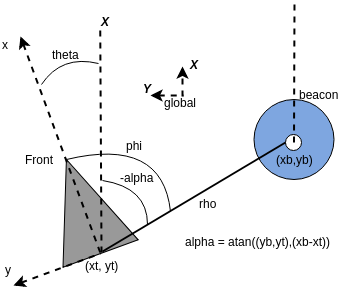
Earlier version of the draw.io export assignment_2/docs/turtle.png (rbccps-iisc/cp313). Source tidied: cells renumbered, new cells last; positions are measured from the earlier drawing's top-left corner, leaving out a move shared by most shapes.
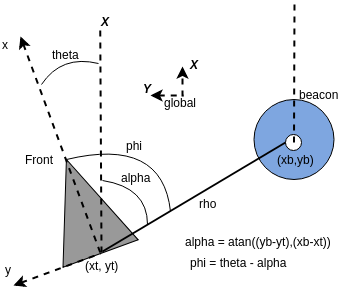
The same diagram one commit later.

Commit message:
More clarification in the diagram

Change to the diagram source:
```diff
@@ -105,8 +105,8 @@
         </Array>
       </mxGeometry>
     </mxCell>
-    <mxCell id="25" value="-alpha" style="text;html=1;align=left;verticalAlign=top;spacingTop=-4;" parent="1" vertex="1">
-      <mxGeometry x="118.5" y="167" width="43" height="14" as="geometry" />
+    <mxCell id="25" value="alpha" style="text;html=1;align=left;verticalAlign=top;spacingTop=-4;" parent="1" vertex="1">
+      <mxGeometry x="118.5" y="167" width="39" height="14" as="geometry" />
     </mxCell>
     <mxCell id="26" value="beacon" style="text;html=1;align=left;verticalAlign=top;spacingTop=-4;" parent="1" vertex="1">
       <mxGeometry x="297" y="84" width="49" height="14" as="geometry" />
@@ -114,11 +114,14 @@
     <mxCell id="27" value="(xt, yt)" style="text;html=1;align=left;verticalAlign=top;spacingTop=-4;" parent="1" vertex="1">
       <mxGeometry x="83" y="255" width="43" height="14" as="geometry" />
     </mxCell>
-    <mxCell id="28" value="alpha = atan((yb,yt),(xb-xt))" style="text;html=1;align=left;verticalAlign=top;spacingTop=-4;" parent="1" vertex="1">
-      <mxGeometry x="183" y="231" width="155" height="14" as="geometry" />
+    <mxCell id="28" value="alpha = atan((yb-yt),(xb-xt))" style="text;html=1;align=left;verticalAlign=top;spacingTop=-4;" parent="1" vertex="1">
+      <mxGeometry x="183" y="231" width="156" height="14" as="geometry" />
     </mxCell>
     <mxCell id="29" value="global" style="text;html=1;align=left;verticalAlign=top;spacingTop=-4;" parent="1" vertex="1">
       <mxGeometry x="162" y="92" width="42" height="14" as="geometry" />
     </mxCell>
+    <mxCell id="30" value="phi = theta - alpha" style="text;html=1;align=left;verticalAlign=top;spacingTop=-4;" parent="1" vertex="1">
+      <mxGeometry x="188" y="252" width="106" height="14" as="geometry" />
+    </mxCell>
   </root>
 </mxGraphModel>
```
